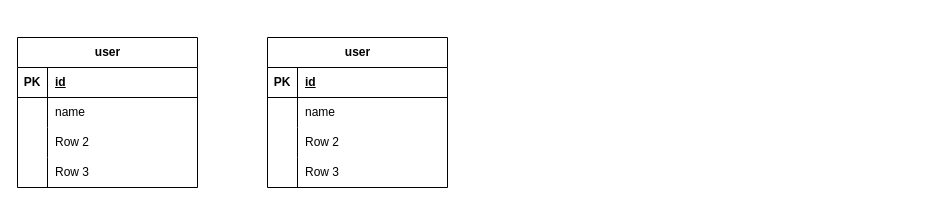
This is Q&A.drawio from andrew-atef/andrew-atef, a draw.io file, before an edit. Source tidied: cells renumbered, new cells numbered last; positions are measured from the earlier drawing's top-left corner, leaving out a move shared by most shapes. Both pictures are drawn from the tidied source at 100%, with x=0, y=0 at pixel (17, 37).
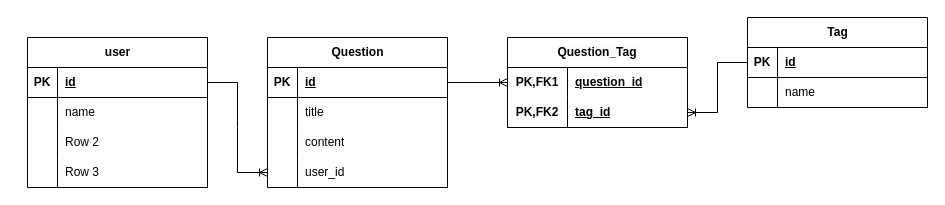
The same diagram, later.

The change refers to these unchanged cells:
```xml
<mxCell id="3" style="shape=tableRow;horizontal=0;startSize=0;swimlaneHead=0;swimlaneBody=0;fillColor=none;points=[[0,0.5],[1,0.5]];portConstraint=eastwest;top=0;left=0;right=0;bottom=1;" parent="2" vertex="1">
  <mxGeometry y="30" width="180" height="30" as="geometry" />
</mxCell>
<mxCell id="16" style="shape=tableRow;horizontal=0;startSize=0;swimlaneHead=0;swimlaneBody=0;fillColor=none;points=[[0,0.5],[1,0.5]];portConstraint=eastwest;top=0;left=0;right=0;bottom=1;" parent="15" vertex="1">
  <mxGeometry y="30" width="180" height="30" as="geometry" />
</mxCell>
<mxCell id="19" style="shape=tableRow;horizontal=0;startSize=0;swimlaneHead=0;swimlaneBody=0;fillColor=none;top=0;left=0;right=0;bottom=0;" parent="15" vertex="1">
  <mxGeometry y="60" width="180" height="30" as="geometry" />
</mxCell>
<mxCell id="22" style="shape=tableRow;horizontal=0;startSize=0;swimlaneHead=0;swimlaneBody=0;fillColor=none;top=0;left=0;right=0;bottom=0;" parent="15" vertex="1">
  <mxGeometry y="90" width="180" height="30" as="geometry" />
</mxCell>
<mxCell id="25" style="shape=tableRow;horizontal=0;startSize=0;swimlaneHead=0;swimlaneBody=0;fillColor=none;points=[[0,0.5],[1,0.5]];portConstraint=eastwest;top=0;left=0;right=0;bottom=0;" parent="15" vertex="1">
  <mxGeometry y="120" width="180" height="30" as="geometry" />
</mxCell>
```

The edit, as a diff of the source:
```diff
@@
     <mxCell id="2" value="user" style="shape=table;startSize=30;childLayout=tableLayout;rowLines=0;fontStyle=1;align=center;html=1;" parent="1" vertex="1">
-      <mxGeometry width="180" height="150" as="geometry" />
+      <mxGeometry x="10" width="180" height="150" as="geometry" />
     </mxCell>
@@
-    <mxCell id="15" value="user" style="shape=table;startSize=30;childLayout=tableLayout;rowLines=0;fontStyle=1;align=center;html=1;" parent="1" vertex="1">
+    <mxCell id="15" value="Question" style="shape=table;startSize=30;childLayout=tableLayout;rowLines=0;fontStyle=1;align=center;html=1;" parent="1" vertex="1">
       <mxGeometry x="250" width="180" height="150" as="geometry" />
     </mxCell>
@@
-    <mxCell id="21" value="name" style="shape=partialRectangle;fillColor=none;top=0;left=0;bottom=0;right=0;align=left;spacingLeft=6;overflow=hidden;whiteSpace=wrap;html=1;" parent="19" vertex="1">
+    <mxCell id="21" value="title" style="shape=partialRectangle;fillColor=none;top=0;left=0;bottom=0;right=0;align=left;spacingLeft=6;overflow=hidden;whiteSpace=wrap;html=1;" parent="19" vertex="1">
       <mxGeometry x="30" width="150" height="30" as="geometry" />
     </mxCell>
@@
-    <mxCell id="24" value="Row 2" style="shape=partialRectangle;fillColor=none;top=0;left=0;bottom=0;right=0;align=left;spacingLeft=6;overflow=hidden;whiteSpace=wrap;html=1;" parent="22" vertex="1">
+    <mxCell id="24" value="content" style="shape=partialRectangle;fillColor=none;top=0;left=0;bottom=0;right=0;align=left;spacingLeft=6;overflow=hidden;whiteSpace=wrap;html=1;" parent="22" vertex="1">
       <mxGeometry x="30" width="150" height="30" as="geometry" />
     </mxCell>
@@
-    <mxCell id="27" value="Row 3" style="shape=partialRectangle;fillColor=none;top=0;left=0;bottom=0;right=0;align=left;spacingLeft=6;overflow=hidden;whiteSpace=wrap;html=1;" parent="25" vertex="1">
+    <mxCell id="27" value="user_id" style="shape=partialRectangle;fillColor=none;top=0;left=0;bottom=0;right=0;align=left;spacingLeft=6;overflow=hidden;whiteSpace=wrap;html=1;" parent="25" vertex="1">
       <mxGeometry x="30" width="150" height="30" as="geometry" />
     </mxCell>
+    <mxCell id="28" value="Tag" style="shape=table;startSize=30;childLayout=tableLayout;rowLines=0;fontStyle=1;align=center;html=1;" parent="1" vertex="1">
+      <mxGeometry x="730" y="-20" width="180" height="90" as="geometry" />
+    </mxCell>
+    <mxCell id="29" style="shape=tableRow;horizontal=0;startSize=0;swimlaneHead=0;swimlaneBody=0;fillColor=none;points=[[0,0.5],[1,0.5]];portConstraint=eastwest;top=0;left=0;right=0;bottom=1;" parent="28" vertex="1">
+      <mxGeometry y="30" width="180" height="30" as="geometry" />
+    </mxCell>
+    <mxCell id="30" value="PK" style="shape=partialRectangle;fillColor=none;top=0;left=0;bottom=0;right=0;fontStyle=1;overflow=hidden;whiteSpace=wrap;html=1;" parent="29" vertex="1">
+      <mxGeometry width="30" height="30" as="geometry" />
+    </mxCell>
+    <mxCell id="31" value="id" style="shape=partialRectangle;fillColor=none;top=0;left=0;bottom=0;right=0;align=left;spacingLeft=6;fontStyle=5;overflow=hidden;whiteSpace=wrap;html=1;" parent="29" vertex="1">
+      <mxGeometry x="30" width="150" height="30" as="geometry" />
+    </mxCell>
+    <mxCell id="32" style="shape=tableRow;horizontal=0;startSize=0;swimlaneHead=0;swimlaneBody=0;fillColor=none;top=0;left=0;right=0;bottom=0;" parent="28" vertex="1">
+      <mxGeometry y="60" width="180" height="30" as="geometry" />
+    </mxCell>
+    <mxCell id="33" style="shape=partialRectangle;fillColor=none;top=0;left=0;bottom=0;right=0;overflow=hidden;whiteSpace=wrap;html=1;" parent="32" vertex="1">
+      <mxGeometry width="30" height="30" as="geometry" />
+    </mxCell>
+    <mxCell id="34" value="name" style="shape=partialRectangle;fillColor=none;top=0;left=0;bottom=0;right=0;align=left;spacingLeft=6;overflow=hidden;whiteSpace=wrap;html=1;" parent="32" vertex="1">
+      <mxGeometry x="30" width="150" height="30" as="geometry" />
+    </mxCell>
+    <mxCell id="35" value="&lt;span style=&quot;color: rgb(0, 0, 0); font-family: Helvetica; font-size: 12px; font-style: normal; font-variant-ligatures: normal; font-variant-caps: normal; font-weight: 700; letter-spacing: normal; orphans: 2; text-align: center; text-indent: 0px; text-transform: none; widows: 2; word-spacing: 0px; -webkit-text-stroke-width: 0px; white-space: nowrap; background-color: rgb(251, 251, 251); text-decoration-thickness: initial; text-decoration-style: initial; text-decoration-color: initial; display: inline !important; float: none;&quot;&gt;Question_Tag&lt;/span&gt;" style="shape=table;startSize=30;childLayout=tableLayout;rowLines=0;fontStyle=1;align=center;html=1;whiteSpace=wrap;" parent="1" vertex="1">
+      <mxGeometry x="490" width="180" height="90" as="geometry" />
+    </mxCell>
+    <mxCell id="36" style="shape=tableRow;horizontal=0;startSize=0;swimlaneHead=0;swimlaneBody=0;fillColor=none;points=[[0,0.5],[1,0.5]];portConstraint=eastwest;top=0;left=0;right=0;bottom=0;html=1;" parent="35" vertex="1">
+      <mxGeometry y="30" width="180" height="30" as="geometry" />
+    </mxCell>
+    <mxCell id="37" value="PK,FK1" style="shape=partialRectangle;fillColor=none;top=0;left=0;bottom=0;right=0;fontStyle=1;overflow=hidden;html=1;whiteSpace=wrap;" parent="36" vertex="1">
+      <mxGeometry width="60" height="30" as="geometry" />
+    </mxCell>
+    <mxCell id="38" value="question_id" style="shape=partialRectangle;fillColor=none;top=0;left=0;bottom=0;right=0;align=left;spacingLeft=6;fontStyle=5;overflow=hidden;html=1;whiteSpace=wrap;" parent="36" vertex="1">
+      <mxGeometry x="60" width="120" height="30" as="geometry" />
+    </mxCell>
+    <mxCell id="39" style="shape=tableRow;horizontal=0;startSize=0;swimlaneHead=0;swimlaneBody=0;fillColor=none;points=[[0,0.5],[1,0.5]];portConstraint=eastwest;top=0;left=0;right=0;bottom=1;html=1;" parent="35" vertex="1">
+      <mxGeometry y="60" width="180" height="30" as="geometry" />
+    </mxCell>
+    <mxCell id="40" value="PK,FK2" style="shape=partialRectangle;fillColor=none;top=0;left=0;bottom=0;right=0;fontStyle=1;overflow=hidden;html=1;whiteSpace=wrap;" parent="39" vertex="1">
+      <mxGeometry width="60" height="30" as="geometry" />
+    </mxCell>
+    <mxCell id="41" value="tag_id" style="shape=partialRectangle;fillColor=none;top=0;left=0;bottom=0;right=0;align=left;spacingLeft=6;fontStyle=5;overflow=hidden;html=1;whiteSpace=wrap;" parent="39" vertex="1">
+      <mxGeometry x="60" width="120" height="30" as="geometry" />
+    </mxCell>
+    <mxCell id="42" style="edgeStyle=entityRelationEdgeStyle;fontSize=12;html=1;endArrow=ERoneToMany;rounded=0;exitX=1;exitY=0.5;exitDx=0;exitDy=0;entryX=0;entryY=0.5;entryDx=0;entryDy=0;" parent="1" edge="1" source="3" target="25">
+      <mxGeometry relative="1" as="geometry" />
+    </mxCell>
+    <mxCell id="43" style="edgeStyle=entityRelationEdgeStyle;fontSize=12;html=1;endArrow=ERoneToMany;rounded=0;exitX=1;exitY=0.5;exitDx=0;exitDy=0;entryX=0;entryY=0.5;entryDx=0;entryDy=0;" parent="1" edge="1" source="16" target="36">
+      <mxGeometry relative="1" as="geometry" />
+    </mxCell>
+    <mxCell id="44" style="edgeStyle=entityRelationEdgeStyle;fontSize=12;html=1;endArrow=ERoneToMany;rounded=0;exitX=0;exitY=0.5;exitDx=0;exitDy=0;entryX=1;entryY=0.5;entryDx=0;entryDy=0;" parent="1" edge="1" source="29" target="39">
+      <mxGeometry relative="1" as="geometry" />
+    </mxCell>
```
